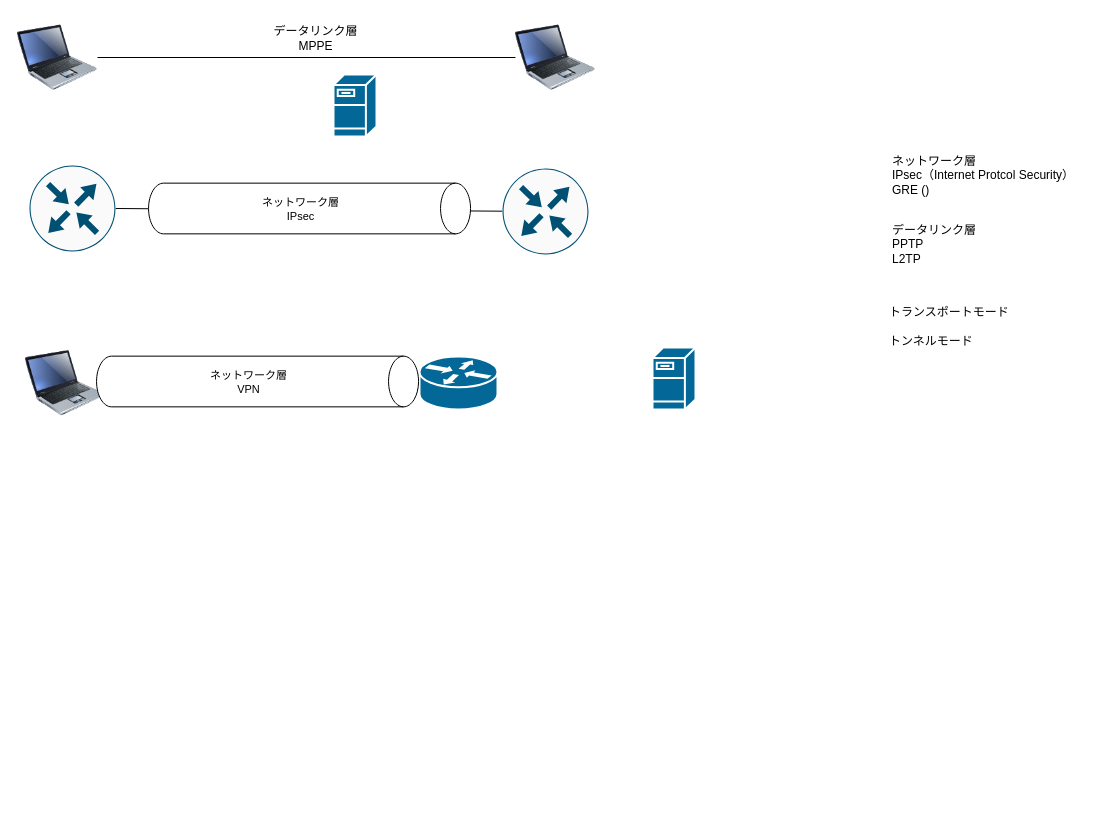
This is IPsec_GRE.drawio from kyforprogram/ccna, a draw.io file, before an edit. Source tidied: cells renumbered, new cells numbered last; positions are measured from the earlier drawing's top-left corner, leaving out a move shared by most shapes. Both pictures are drawn from the tidied source at 100%, with x=0, y=0 at pixel (17, 17).
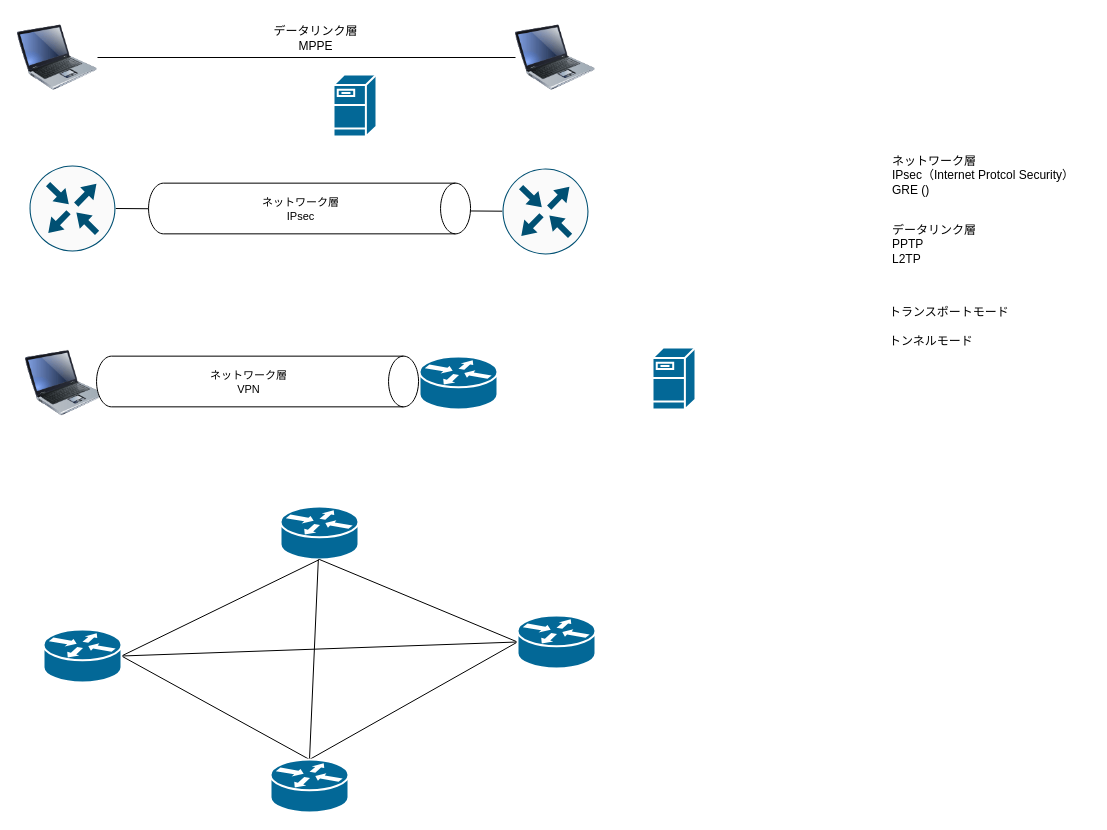
After the change.

Commit message:
IPsec_GRE.drawio を更新します

Diff of the diagram source:
```diff
@@
+    <mxCell id="22" style="shape=mxgraph.cisco.routers.router;sketch=0;html=1;dashed=0;fillColor=#036897;strokeColor=#ffffff;strokeWidth=2;verticalLabelPosition=bottom;verticalAlign=top;align=center;outlineConnect=0;fontFamily=Helvetica;fontSize=11;fontColor=default;" parent="1" vertex="1">
+      <mxGeometry x="263" y="489" width="78" height="53" as="geometry" />
+    </mxCell>
+    <mxCell id="23" style="rounded=0;jettySize=auto;html=1;exitX=1;exitY=0.5;exitDx=0;exitDy=0;exitPerimeter=0;endArrow=none;endFill=0;entryX=0.5;entryY=1;entryDx=0;entryDy=0;entryPerimeter=0;" parent="1" edge="1" source="26" target="22">
+      <mxGeometry relative="1" as="geometry" />
+    </mxCell>
+    <mxCell id="24" style="edgeStyle=none;shape=connector;rounded=0;jettySize=auto;html=1;exitX=1;exitY=0.5;exitDx=0;exitDy=0;exitPerimeter=0;entryX=0.5;entryY=0;entryDx=0;entryDy=0;entryPerimeter=0;labelBackgroundColor=default;strokeColor=default;fontFamily=Helvetica;fontSize=11;fontColor=default;endArrow=none;endFill=0;" parent="1" edge="1" source="26" target="31">
+      <mxGeometry relative="1" as="geometry" />
+    </mxCell>
+    <mxCell id="25" style="edgeStyle=none;shape=connector;rounded=0;jettySize=auto;html=1;exitX=1;exitY=0.5;exitDx=0;exitDy=0;exitPerimeter=0;entryX=0;entryY=0.5;entryDx=0;entryDy=0;entryPerimeter=0;labelBackgroundColor=default;strokeColor=default;fontFamily=Helvetica;fontSize=11;fontColor=default;endArrow=none;endFill=0;" parent="1" edge="1" source="26" target="29">
+      <mxGeometry relative="1" as="geometry" />
+    </mxCell>
+    <mxCell id="26" style="shape=mxgraph.cisco.routers.router;sketch=0;html=1;dashed=0;fillColor=#036897;strokeColor=#ffffff;strokeWidth=2;verticalLabelPosition=bottom;verticalAlign=top;align=center;outlineConnect=0;fontFamily=Helvetica;fontSize=11;fontColor=default;" parent="1" vertex="1">
+      <mxGeometry x="26" y="612" width="78" height="53" as="geometry" />
+    </mxCell>
+    <mxCell id="27" style="edgeStyle=none;shape=connector;rounded=0;jettySize=auto;html=1;exitX=0;exitY=0.5;exitDx=0;exitDy=0;exitPerimeter=0;entryX=0.5;entryY=1;entryDx=0;entryDy=0;entryPerimeter=0;labelBackgroundColor=default;strokeColor=default;fontFamily=Helvetica;fontSize=11;fontColor=default;endArrow=none;endFill=0;" parent="1" edge="1" source="29" target="22">
+      <mxGeometry relative="1" as="geometry" />
+    </mxCell>
+    <mxCell id="28" style="edgeStyle=none;shape=connector;rounded=0;jettySize=auto;html=1;exitX=0;exitY=0.5;exitDx=0;exitDy=0;exitPerimeter=0;entryX=0.5;entryY=0;entryDx=0;entryDy=0;entryPerimeter=0;labelBackgroundColor=default;strokeColor=default;fontFamily=Helvetica;fontSize=11;fontColor=default;endArrow=none;endFill=0;" parent="1" edge="1" source="29" target="31">
+      <mxGeometry relative="1" as="geometry" />
+    </mxCell>
+    <mxCell id="29" style="shape=mxgraph.cisco.routers.router;sketch=0;html=1;dashed=0;fillColor=#036897;strokeColor=#ffffff;strokeWidth=2;verticalLabelPosition=bottom;verticalAlign=top;align=center;outlineConnect=0;fontFamily=Helvetica;fontSize=11;fontColor=default;" parent="1" vertex="1">
+      <mxGeometry x="500" y="598" width="78" height="53" as="geometry" />
+    </mxCell>
+    <mxCell id="30" style="edgeStyle=none;shape=connector;rounded=0;jettySize=auto;html=1;exitX=0.5;exitY=0;exitDx=0;exitDy=0;exitPerimeter=0;labelBackgroundColor=default;strokeColor=default;fontFamily=Helvetica;fontSize=11;fontColor=default;endArrow=none;endFill=0;" parent="1" edge="1" source="31" target="22">
+      <mxGeometry relative="1" as="geometry" />
+    </mxCell>
+    <mxCell id="31" style="shape=mxgraph.cisco.routers.router;sketch=0;html=1;dashed=0;fillColor=#036897;strokeColor=#ffffff;strokeWidth=2;verticalLabelPosition=bottom;verticalAlign=top;align=center;outlineConnect=0;fontFamily=Helvetica;fontSize=11;fontColor=default;" parent="1" vertex="1">
+      <mxGeometry x="253" y="742" width="78" height="53" as="geometry" />
+    </mxCell>
```
